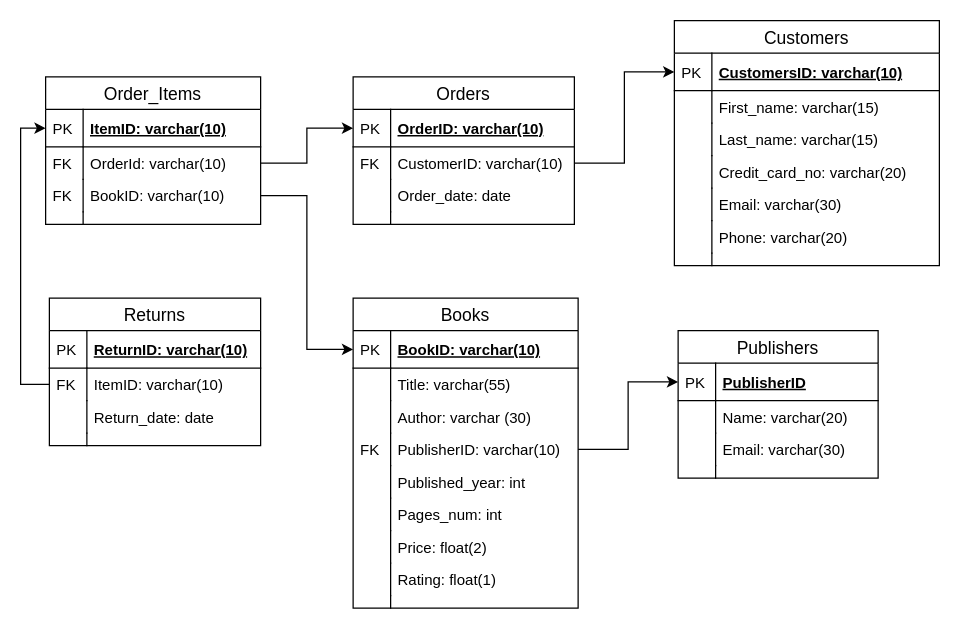
The draw.io diagram Schema.drawio in vuminhph/bookstore_db, before the edit. Source tidied: cells renumbered, new cells numbered last; positions are measured from the earlier drawing's top-left corner, leaving out a move shared by most shapes. Both pictures are drawn from the tidied source at 125%, with x=0, y=0 at pixel (45, 20).
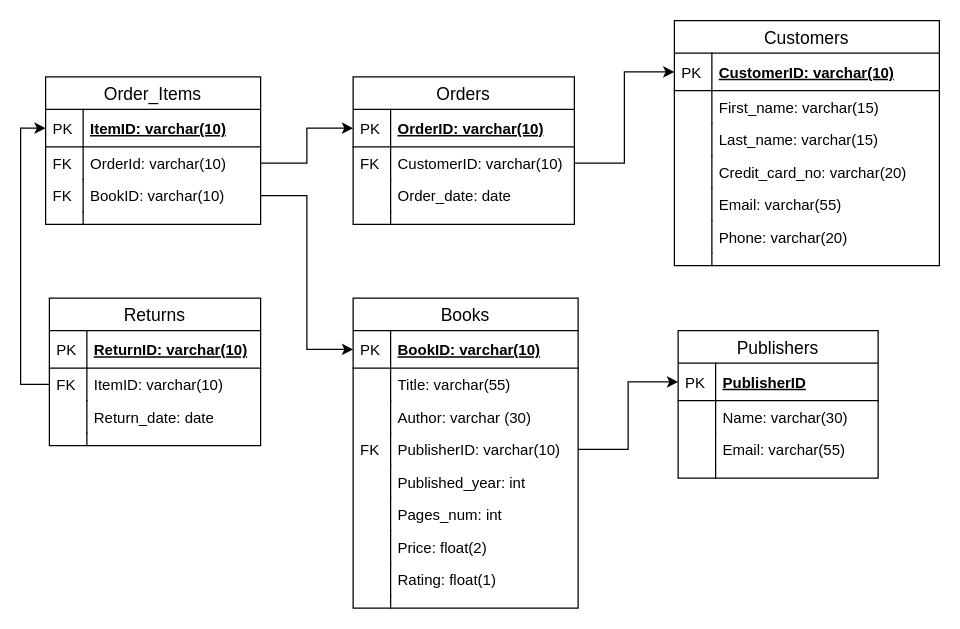
The same page after the edit.

Unchanged cells that the change refers to:
```xml
<mxCell id="26" value="Publishers" style="swimlane;fontStyle=0;horizontal=1;startSize=26;align=center;fontSize=14;" parent="1" vertex="1">
  <mxGeometry x="506" y="248" width="160" height="118" as="geometry" />
</mxCell>
<mxCell id="44" value="Customers" style="swimlane;fontStyle=0;horizontal=1;startSize=26;align=center;fontSize=14;" parent="1" vertex="1">
  <mxGeometry x="503" width="212" height="196" as="geometry" />
</mxCell>
```

Change to the diagram source:
```diff
@@
-    <mxCell id="29" value="Name: varchar(20)" style="shape=partialRectangle;top=0;left=0;right=0;bottom=0;align=left;verticalAlign=top;fillColor=none;spacingLeft=34;spacingRight=4;overflow=hidden;fontSize=12;" parent="26" vertex="1">
+    <mxCell id="29" value="Name: varchar(30)" style="shape=partialRectangle;top=0;left=0;right=0;bottom=0;align=left;verticalAlign=top;fillColor=none;spacingLeft=34;spacingRight=4;overflow=hidden;fontSize=12;" parent="26" vertex="1">
       <mxGeometry y="56" width="160" height="26" as="geometry" />
     </mxCell>
@@
-    <mxCell id="31" value="Email: varchar(30)" style="shape=partialRectangle;top=0;left=0;right=0;bottom=0;align=left;verticalAlign=top;fillColor=none;spacingLeft=34;spacingRight=4;overflow=hidden;fontSize=12;" parent="26" vertex="1">
+    <mxCell id="31" value="Email: varchar(55)" style="shape=partialRectangle;top=0;left=0;right=0;bottom=0;align=left;verticalAlign=top;fillColor=none;spacingLeft=34;spacingRight=4;overflow=hidden;fontSize=12;" parent="26" vertex="1">
       <mxGeometry y="82" width="160" height="26" as="geometry" />
     </mxCell>
@@
-    <mxCell id="45" value="CustomersID: varchar(10)" style="shape=partialRectangle;top=0;left=0;right=0;bottom=1;align=left;verticalAlign=middle;fillColor=none;spacingLeft=34;spacingRight=4;overflow=hidden;points=[[0,0.5],[1,0.5]];portConstraint=eastwest;fontStyle=5;fontSize=12;" parent="44" vertex="1">
+    <mxCell id="45" value="CustomerID: varchar(10)" style="shape=partialRectangle;top=0;left=0;right=0;bottom=1;align=left;verticalAlign=middle;fillColor=none;spacingLeft=34;spacingRight=4;overflow=hidden;points=[[0,0.5],[1,0.5]];portConstraint=eastwest;fontStyle=5;fontSize=12;" parent="44" vertex="1">
       <mxGeometry y="26" width="212" height="30" as="geometry" />
     </mxCell>
@@
-    <mxCell id="53" value="Email: varchar(30)" style="shape=partialRectangle;top=0;left=0;right=0;bottom=0;align=left;verticalAlign=top;fillColor=none;spacingLeft=34;spacingRight=4;overflow=hidden;fontSize=12;" parent="44" vertex="1">
+    <mxCell id="53" value="Email: varchar(55)" style="shape=partialRectangle;top=0;left=0;right=0;bottom=0;align=left;verticalAlign=top;fillColor=none;spacingLeft=34;spacingRight=4;overflow=hidden;fontSize=12;" parent="44" vertex="1">
       <mxGeometry y="134" width="212" height="26" as="geometry" />
     </mxCell>
```
